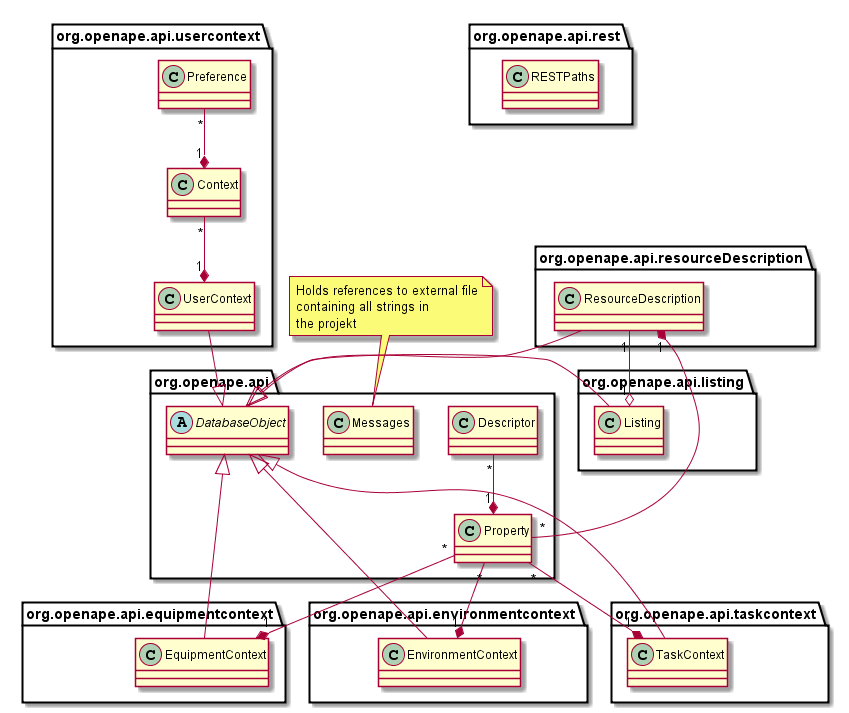
REMEXLabs/OpenAPE keeps this PlantUML diagram as documentation/uml/apiuml.png. Above is the earlier version.
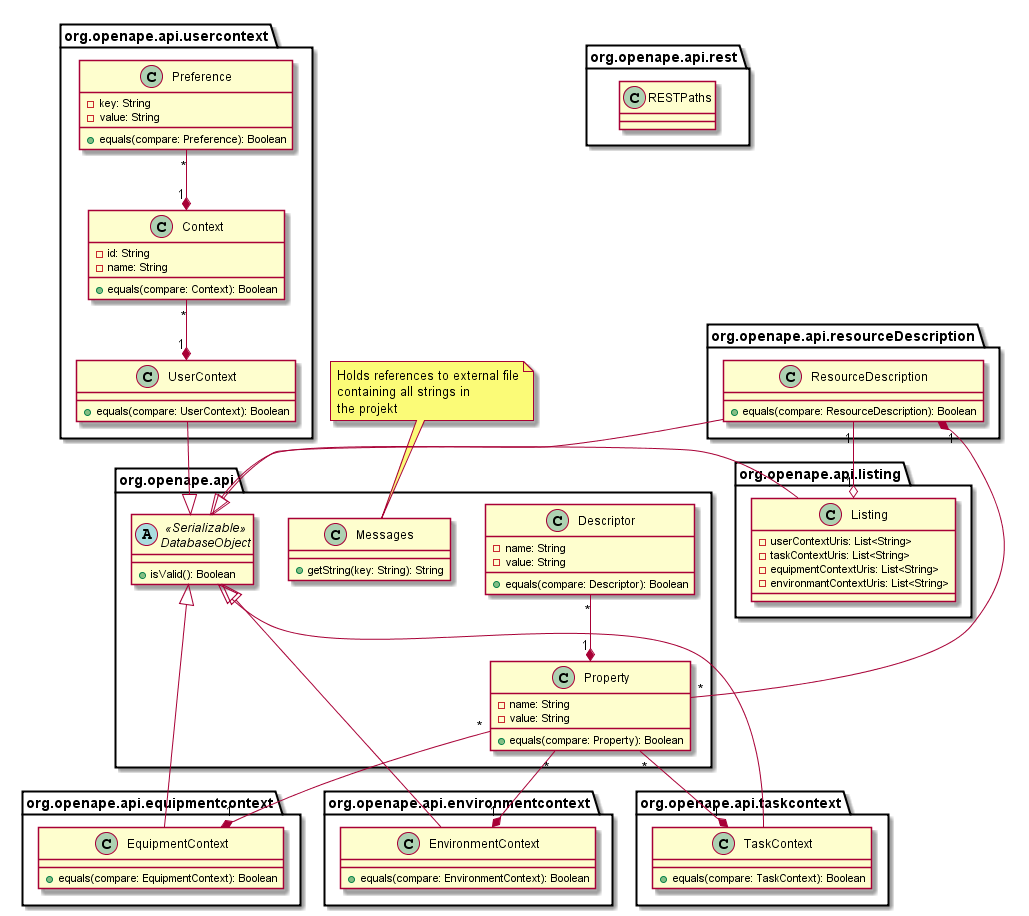
The same diagram one commit later.

Commit message:
feature: add fields to api uml

Diff of the diagram source:
```diff
@@ -1,18 +1,53 @@
 @startuml
-abstract class org.openape.api.DatabaseObject
-class org.openape.api.Descriptor
-class org.openape.api.Messages
+abstract class org.openape.api.DatabaseObject <<Serializable>> {
++isValid(): Boolean
+}
+class org.openape.api.Descriptor {
+-name: String
+-value: String
++equals(compare: Descriptor): Boolean
+}
+class org.openape.api.Messages {
++getString(key: String): String
+}
 note left: Holds references to external file\ncontaining all strings in\nthe projekt
-class org.openape.api.Property
-class org.openape.api.environmentcontext.EnvironmentContext
-class org.openape.api.equipmentcontext.EquipmentContext
-class org.openape.api.listing.Listing
-class org.openape.api.resourceDescription.ResourceDescription
+class org.openape.api.Property {
+-name: String
+-value: String
++equals(compare: Property): Boolean
+}
+class org.openape.api.environmentcontext.EnvironmentContext {
++equals(compare: EnvironmentContext): Boolean
+}
+class org.openape.api.equipmentcontext.EquipmentContext {
++equals(compare: EquipmentContext): Boolean
+}
+class org.openape.api.listing.Listing {
+-userContextUris: List<String>
+-taskContextUris: List<String>
+-equipmentContextUris: List<String>
+-environmantContextUris: List<String>
+}
+class org.openape.api.resourceDescription.ResourceDescription {
++equals(compare: ResourceDescription): Boolean
+}
 class org.openape.api.rest.RESTPaths
-class org.openape.api.taskcontext.TaskContext
-class org.openape.api.usercontext.Context
-class org.openape.api.usercontext.Preference
-class org.openape.api.usercontext.UserContext
+class org.openape.api.taskcontext.TaskContext {
++equals(compare: TaskContext): Boolean
+}
+class org.openape.api.usercontext.Context {
+-id: String
+-name: String
++equals(compare: Context): Boolean
+}
+class org.openape.api.usercontext.Preference {
+-key: String
+-value: String
++equals(compare: Preference): Boolean
+}
+class org.openape.api.usercontext.UserContext {
++equals(compare: UserContext): Boolean
+}
 org.openape.api.usercontext.Preference "*" --* "1" org.openape.api.usercontext.Context
 org.openape.api.usercontext.Context "*" --* "1" org.openape.api.usercontext.UserContext
 org.openape.api.Descriptor "*" --* "1" org.openape.api.Property
```
